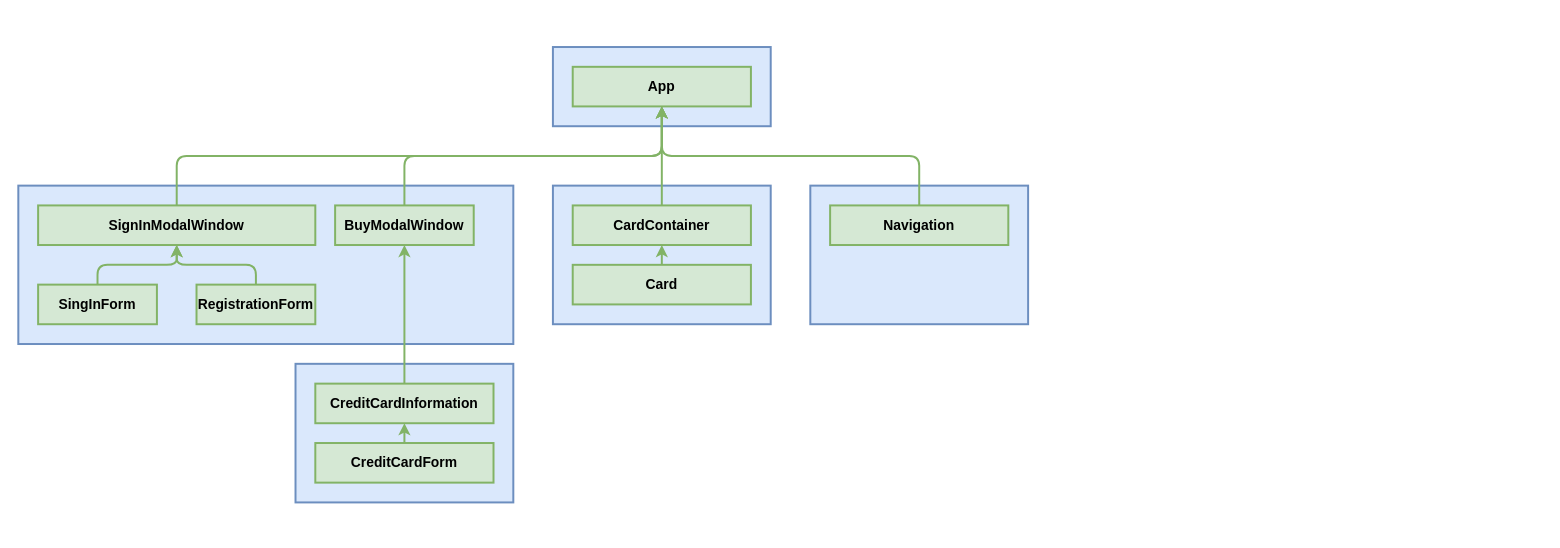
This is diagram/component.drawio from wuyichen24/go-music, a draw.io file, before an edit. Source tidied: cells renumbered, new cells numbered last; positions are measured from the earlier drawing's top-left corner, leaving out a move shared by most shapes. Both pictures are drawn from the tidied source at 99%, with x=0, y=0 at pixel (18, 47).
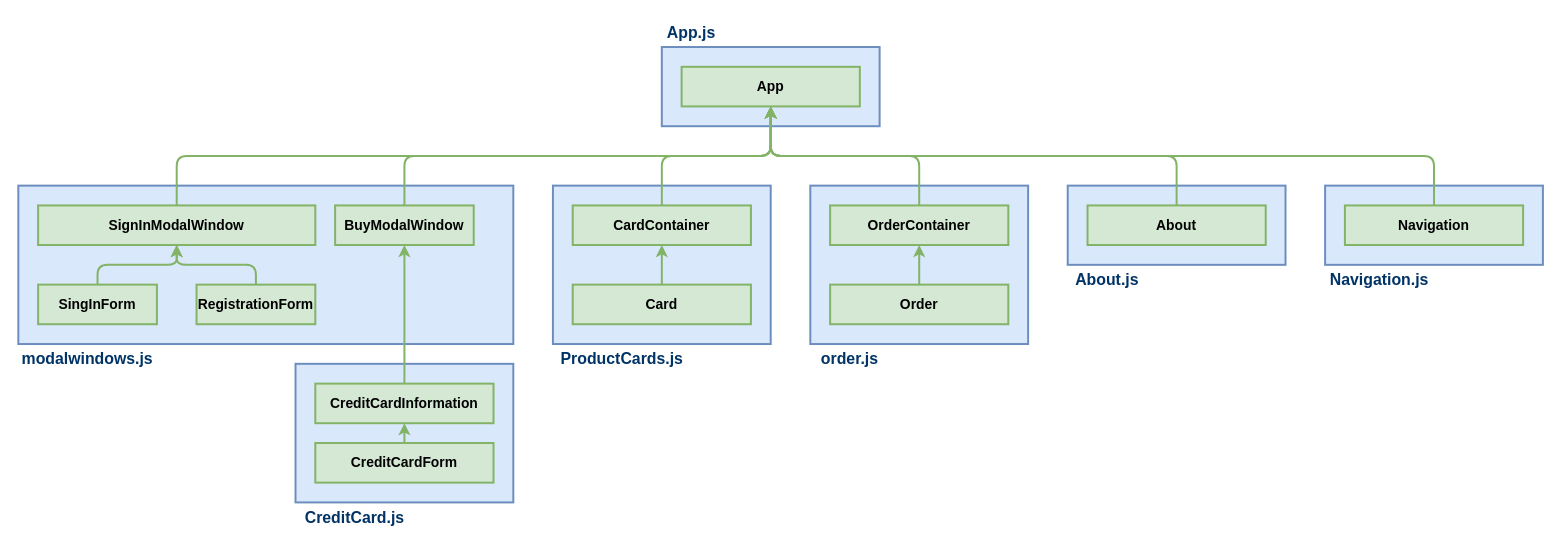
Above is the later version.

Commit message (it also covers changes not shown here):
add component diagram

The change refers to these unchanged cells:
```xml
<mxCell id="6" value="&lt;span style=&quot;font-size: 14px&quot;&gt;&lt;b&gt;SignInModalWindow&lt;/b&gt;&lt;/span&gt;" style="rounded=0;whiteSpace=wrap;html=1;strokeWidth=2;fillColor=#d5e8d4;strokeColor=#82b366;" parent="1" vertex="1">
  <mxGeometry x="20" y="160" width="280" height="40" as="geometry" />
</mxCell>
<mxCell id="7" value="&lt;span style=&quot;font-size: 14px&quot;&gt;&lt;b&gt;BuyModalWindow&lt;/b&gt;&lt;/span&gt;" style="rounded=0;whiteSpace=wrap;html=1;strokeWidth=2;fillColor=#d5e8d4;strokeColor=#82b366;" parent="1" vertex="1">
  <mxGeometry x="320" y="160" width="140" height="40" as="geometry" />
</mxCell>
<mxCell id="16" value="&lt;span style=&quot;font-size: 14px&quot;&gt;&lt;b&gt;CardContainer&lt;/b&gt;&lt;/span&gt;" style="rounded=0;whiteSpace=wrap;html=1;strokeWidth=2;fillColor=#d5e8d4;strokeColor=#82b366;" parent="1" vertex="1">
  <mxGeometry x="560" y="160" width="180" height="40" as="geometry" />
</mxCell>
```

Diff of the diagram source:
```diff
@@
     <mxCell id="14" style="rounded=0;whiteSpace=wrap;html=1;strokeWidth=2;fillColor=#dae8fc;strokeColor=#6c8ebf;" parent="1" vertex="1">
-      <mxGeometry x="540" y="140" width="220" height="140" as="geometry" />
+      <mxGeometry x="540" y="140" width="220" height="160" as="geometry" />
     </mxCell>
     <mxCell id="15" value="&lt;span style=&quot;font-size: 14px&quot;&gt;&lt;b&gt;Card&lt;/b&gt;&lt;/span&gt;" style="rounded=0;whiteSpace=wrap;html=1;strokeWidth=2;fillColor=#d5e8d4;strokeColor=#82b366;" parent="1" vertex="1">
-      <mxGeometry x="560" y="220" width="180" height="40" as="geometry" />
+      <mxGeometry x="560" y="240" width="180" height="40" as="geometry" />
     </mxCell>
@@
     <mxCell id="18" style="rounded=0;whiteSpace=wrap;html=1;strokeWidth=2;fillColor=#dae8fc;strokeColor=#6c8ebf;" parent="1" vertex="1">
-      <mxGeometry x="800" y="140" width="220" height="140" as="geometry" />
+      <mxGeometry x="800" y="140" width="220" height="160" as="geometry" />
     </mxCell>
-    <mxCell id="19" value="&lt;span style=&quot;font-size: 14px&quot;&gt;&lt;b&gt;Navigation&lt;/b&gt;&lt;/span&gt;" style="rounded=0;whiteSpace=wrap;html=1;strokeWidth=2;fillColor=#d5e8d4;strokeColor=#82b366;" parent="1" vertex="1">
+    <mxCell id="19" value="&lt;span style=&quot;font-size: 14px&quot;&gt;&lt;b&gt;OrderContainer&lt;/b&gt;&lt;/span&gt;" style="rounded=0;whiteSpace=wrap;html=1;strokeWidth=2;fillColor=#d5e8d4;strokeColor=#82b366;" parent="1" vertex="1">
       <mxGeometry x="820" y="160" width="180" height="40" as="geometry" />
     </mxCell>
     <mxCell id="20" style="rounded=0;whiteSpace=wrap;html=1;strokeWidth=2;fillColor=#dae8fc;strokeColor=#6c8ebf;" parent="1" vertex="1">
-      <mxGeometry x="540" width="220" height="80" as="geometry" />
+      <mxGeometry x="650" width="220" height="80" as="geometry" />
     </mxCell>
     <mxCell id="21" value="&lt;span style=&quot;font-size: 14px&quot;&gt;&lt;b&gt;App&lt;/b&gt;&lt;/span&gt;" style="rounded=0;whiteSpace=wrap;html=1;strokeWidth=2;fillColor=#d5e8d4;strokeColor=#82b366;" parent="1" vertex="1">
-      <mxGeometry x="560" y="20" width="180" height="40" as="geometry" />
+      <mxGeometry x="670" y="20" width="180" height="40" as="geometry" />
     </mxCell>
     <mxCell id="22" style="endArrow=classic;html=1;strokeWidth=2;entryX=0.5;entryY=1;entryDx=0;entryDy=0;exitX=0.5;exitY=0;exitDx=0;exitDy=0;fillColor=#d5e8d4;strokeColor=#82b366;" parent="1" edge="1" source="6" target="21">
       <mxGeometry relative="1" as="geometry">
         <Array as="points">
           <mxPoint x="160" y="110" />
-          <mxPoint x="650" y="110" />
+          <mxPoint x="760" y="110" />
         </Array>
       </mxGeometry>
     </mxCell>
     <mxCell id="23" style="endArrow=classic;html=1;strokeWidth=2;entryX=0.5;entryY=1;entryDx=0;entryDy=0;exitX=0.5;exitY=0;exitDx=0;exitDy=0;fillColor=#d5e8d4;strokeColor=#82b366;" parent="1" edge="1" source="7" target="21">
       <mxGeometry relative="1" as="geometry">
         <Array as="points">
           <mxPoint x="390" y="110" />
-          <mxPoint x="650" y="110" />
+          <mxPoint x="760" y="110" />
         </Array>
       </mxGeometry>
     </mxCell>
     <mxCell id="24" style="endArrow=classic;html=1;strokeWidth=2;entryX=0.5;entryY=1;entryDx=0;entryDy=0;exitX=0.5;exitY=0;exitDx=0;exitDy=0;fillColor=#d5e8d4;strokeColor=#82b366;" parent="1" edge="1" source="16" target="21">
-      <mxGeometry relative="1" as="geometry" />
+      <mxGeometry relative="1" as="geometry">
+        <Array as="points">
+          <mxPoint x="650" y="110" />
+          <mxPoint x="760" y="110" />
+        </Array>
+      </mxGeometry>
     </mxCell>
     <mxCell id="25" style="endArrow=classic;html=1;strokeWidth=2;entryX=0.5;entryY=1;entryDx=0;entryDy=0;exitX=0.5;exitY=0;exitDx=0;exitDy=0;fillColor=#d5e8d4;strokeColor=#82b366;" parent="1" edge="1" source="19" target="21">
       <mxGeometry relative="1" as="geometry">
         <Array as="points">
           <mxPoint x="910" y="110" />
-          <mxPoint x="650" y="110" />
+          <mxPoint x="760" y="110" />
         </Array>
       </mxGeometry>
     </mxCell>
+    <mxCell id="26" value="&lt;span style=&quot;font-size: 14px&quot;&gt;&lt;b&gt;Order&lt;/b&gt;&lt;/span&gt;" style="rounded=0;whiteSpace=wrap;html=1;strokeWidth=2;fillColor=#d5e8d4;strokeColor=#82b366;" parent="1" vertex="1">
+      <mxGeometry x="820" y="240" width="180" height="40" as="geometry" />
+    </mxCell>
+    <mxCell id="27" style="endArrow=classic;html=1;strokeWidth=2;entryX=0.5;entryY=1;entryDx=0;entryDy=0;exitX=0.5;exitY=0;exitDx=0;exitDy=0;fillColor=#d5e8d4;strokeColor=#82b366;" parent="1" edge="1" source="26" target="19">
+      <mxGeometry relative="1" as="geometry" />
+    </mxCell>
+    <mxCell id="28" style="rounded=0;whiteSpace=wrap;html=1;strokeWidth=2;fillColor=#dae8fc;strokeColor=#6c8ebf;" parent="1" vertex="1">
+      <mxGeometry x="1060" y="140" width="220" height="80" as="geometry" />
+    </mxCell>
+    <mxCell id="29" value="&lt;span style=&quot;font-size: 14px&quot;&gt;&lt;b&gt;About&lt;/b&gt;&lt;/span&gt;" style="rounded=0;whiteSpace=wrap;html=1;strokeWidth=2;fillColor=#d5e8d4;strokeColor=#82b366;" parent="1" vertex="1">
+      <mxGeometry x="1080" y="160" width="180" height="40" as="geometry" />
+    </mxCell>
+    <mxCell id="30" style="rounded=0;whiteSpace=wrap;html=1;strokeWidth=2;fillColor=#dae8fc;strokeColor=#6c8ebf;" parent="1" vertex="1">
+      <mxGeometry x="1320" y="140" width="220" height="80" as="geometry" />
+    </mxCell>
+    <mxCell id="31" value="&lt;span style=&quot;font-size: 14px&quot;&gt;&lt;b&gt;Navigation&lt;/b&gt;&lt;/span&gt;" style="rounded=0;whiteSpace=wrap;html=1;strokeWidth=2;fillColor=#d5e8d4;strokeColor=#82b366;" parent="1" vertex="1">
+      <mxGeometry x="1340" y="160" width="180" height="40" as="geometry" />
+    </mxCell>
+    <mxCell id="32" style="endArrow=classic;html=1;strokeWidth=2;entryX=0.5;entryY=1;entryDx=0;entryDy=0;exitX=0.5;exitY=0;exitDx=0;exitDy=0;fillColor=#d5e8d4;strokeColor=#82b366;" parent="1" edge="1" source="29" target="21">
+      <mxGeometry relative="1" as="geometry">
+        <Array as="points">
+          <mxPoint x="1170" y="110" />
+          <mxPoint x="760" y="110" />
+        </Array>
+      </mxGeometry>
+    </mxCell>
+    <mxCell id="33" style="endArrow=classic;html=1;strokeWidth=2;entryX=0.5;entryY=1;entryDx=0;entryDy=0;exitX=0.5;exitY=0;exitDx=0;exitDy=0;fillColor=#d5e8d4;strokeColor=#82b366;" parent="1" edge="1" source="31" target="21">
+      <mxGeometry relative="1" as="geometry">
+        <Array as="points">
+          <mxPoint x="1430" y="110" />
+          <mxPoint x="760" y="110" />
+        </Array>
+      </mxGeometry>
+    </mxCell>
+    <mxCell id="34" value="&lt;font color=&quot;#003366&quot; size=&quot;1&quot;&gt;&lt;b style=&quot;font-size: 16px&quot;&gt;modalwindows.js&lt;/b&gt;&lt;/font&gt;" style="text;html=1;strokeColor=none;fillColor=none;align=center;verticalAlign=middle;whiteSpace=wrap;rounded=0;" parent="1" vertex="1">
+      <mxGeometry y="300" width="140" height="30" as="geometry" />
+    </mxCell>
+    <mxCell id="35" value="&lt;font color=&quot;#003366&quot; size=&quot;1&quot;&gt;&lt;b style=&quot;font-size: 16px&quot;&gt;CreditCard.js&lt;/b&gt;&lt;/font&gt;" style="text;html=1;strokeColor=none;fillColor=none;align=center;verticalAlign=middle;whiteSpace=wrap;rounded=0;" parent="1" vertex="1">
+      <mxGeometry x="280" y="460" width="120" height="30" as="geometry" />
+    </mxCell>
+    <mxCell id="36" value="&lt;font color=&quot;#003366&quot; size=&quot;1&quot;&gt;&lt;b style=&quot;font-size: 16px&quot;&gt;ProductCards.js&lt;/b&gt;&lt;/font&gt;" style="text;html=1;strokeColor=none;fillColor=none;align=center;verticalAlign=middle;whiteSpace=wrap;rounded=0;" parent="1" vertex="1">
+      <mxGeometry x="540" y="300" width="140" height="30" as="geometry" />
+    </mxCell>
+    <mxCell id="37" value="&lt;font color=&quot;#003366&quot; size=&quot;1&quot;&gt;&lt;b style=&quot;font-size: 16px&quot;&gt;order.js&lt;/b&gt;&lt;/font&gt;" style="text;html=1;strokeColor=none;fillColor=none;align=center;verticalAlign=middle;whiteSpace=wrap;rounded=0;" parent="1" vertex="1">
+      <mxGeometry x="800" y="300" width="80" height="30" as="geometry" />
+    </mxCell>
+    <mxCell id="38" value="&lt;font color=&quot;#003366&quot; size=&quot;1&quot;&gt;&lt;b style=&quot;font-size: 16px&quot;&gt;About.js&lt;/b&gt;&lt;/font&gt;" style="text;html=1;strokeColor=none;fillColor=none;align=center;verticalAlign=middle;whiteSpace=wrap;rounded=0;" parent="1" vertex="1">
+      <mxGeometry x="1060" y="220" width="80" height="30" as="geometry" />
+    </mxCell>
+    <mxCell id="39" value="&lt;font color=&quot;#003366&quot; size=&quot;1&quot;&gt;&lt;b style=&quot;font-size: 16px&quot;&gt;Navigation.js&lt;/b&gt;&lt;/font&gt;" style="text;html=1;strokeColor=none;fillColor=none;align=center;verticalAlign=middle;whiteSpace=wrap;rounded=0;" parent="1" vertex="1">
+      <mxGeometry x="1320" y="220" width="110" height="30" as="geometry" />
+    </mxCell>
+    <mxCell id="40" value="&lt;font color=&quot;#003366&quot; size=&quot;1&quot;&gt;&lt;b style=&quot;font-size: 16px&quot;&gt;App.js&lt;/b&gt;&lt;/font&gt;" style="text;html=1;strokeColor=none;fillColor=none;align=center;verticalAlign=middle;whiteSpace=wrap;rounded=0;" parent="1" vertex="1">
+      <mxGeometry x="650" y="-30" width="60" height="30" as="geometry" />
+    </mxCell>
```
